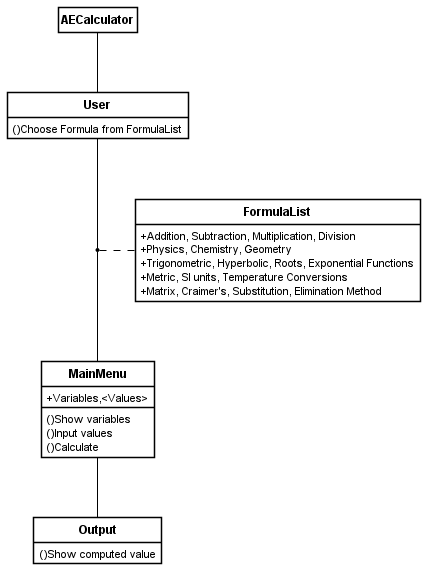
Earlier version of the PlantUML export LXModuleAECalculator.png (Jeydii07/OOGreenProject). The source it was exported from:
```plantuml
@startuml
skinparam style strictuml
skinparam classAttributeIconSize 0
skinparam classFontColor black
skinparam classFontStyle bold
skinparam sequenceMessageAlign Center
hide empty members

skinparam class {
BackgroundColor white
BorderColor black
ArrowColor black
}

class User{
()Choose Formula from FormulaList
}

class AECalculator {
 }

class FormulaList {
+Addition, Subtraction, Multiplication, Division
+Physics, Chemistry, Geometry
+Trigonometric, Hyperbolic, Roots, Exponential Functions
+Metric, SI units, Temperature Conversions
+Matrix, Craimer's, Substitution, Elimination Method
}

class MainMenu {
+Variables,<Values>
()Show variables
()Input values
()Calculate
}

class Output{
()Show computed value
}

AECalculator -down- User
(User, MainMenu) ... FormulaList
MainMenu -down- Output
@enduml
```
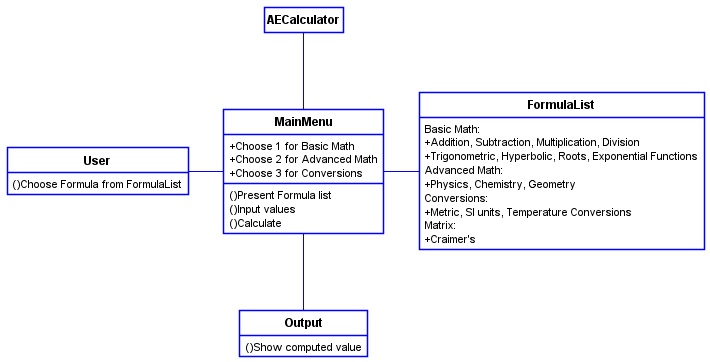
The same file after the commit.

Diff of the diagram source:
```diff
@@ -8,8 +8,8 @@
 
 skinparam class {
 BackgroundColor white
-BorderColor black
-ArrowColor black
+BorderColor blue
+ArrowColor blue
 }
 
 class User{
@@ -20,16 +20,22 @@
  }
 
 class FormulaList {
+Basic Math:
 +Addition, Subtraction, Multiplication, Division
++Trigonometric, Hyperbolic, Roots, Exponential Functions
+Advanced Math:
 +Physics, Chemistry, Geometry
-+Trigonometric, Hyperbolic, Roots, Exponential Functions
+Conversions:
 +Metric, SI units, Temperature Conversions
-+Matrix, Craimer's, Substitution, Elimination Method
+Matrix:
++Craimer's
 }
 
 class MainMenu {
-+Variables,<Values>
-()Show variables
++Choose 1 for Basic Math
++Choose 2 for Advanced Math
++Choose 3 for Conversions
+()Present Formula list
 ()Input values
 ()Calculate
 }
@@ -38,7 +44,8 @@
 ()Show computed value
 }
 
-AECalculator -down- User
-(User, MainMenu) ... FormulaList
+AECalculator -down- MainMenu
+User -right- MainMenu
+MainMenu -right- FormulaList
 MainMenu -down- Output
 @enduml
```
